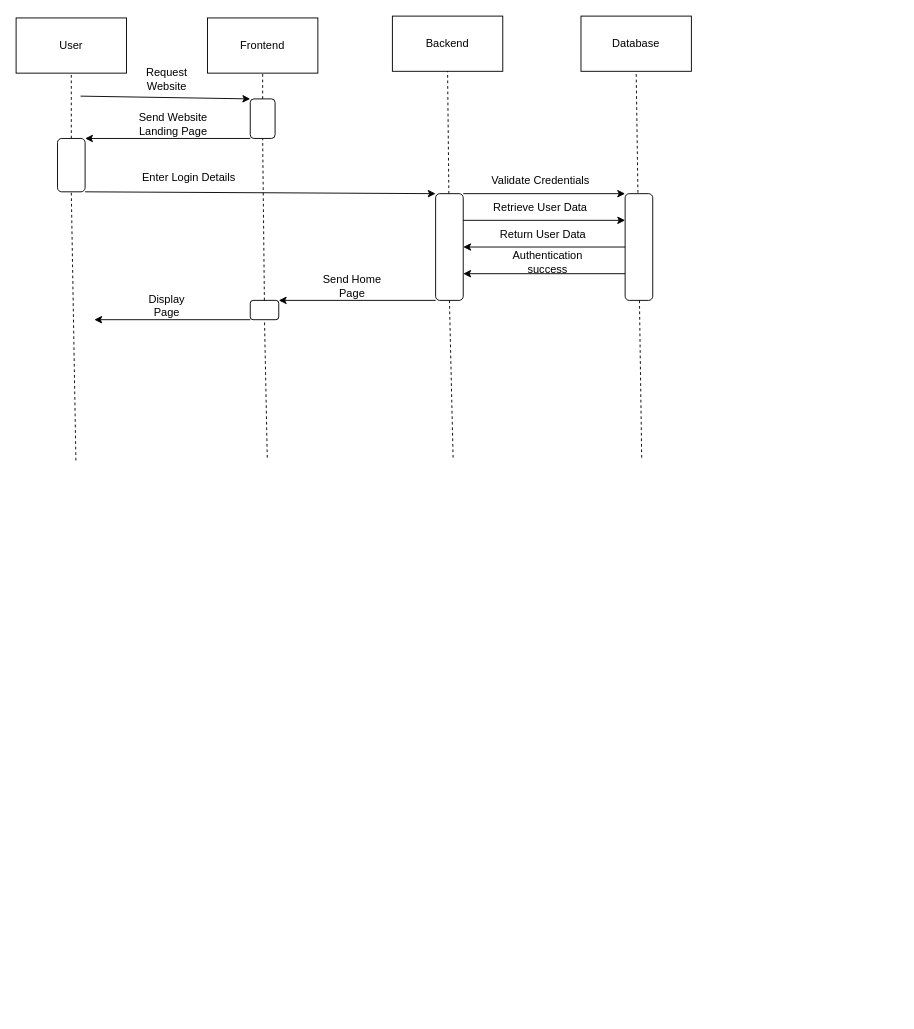
This is Untitled Diagram.drawio from rayesalnasra/code-golf, a draw.io file, before an edit. Source tidied: cells renumbered, new cells numbered last; positions are measured from the earlier drawing's top-left corner, leaving out a move shared by most shapes. Both pictures are drawn from the tidied source at 92%, with x=0, y=0 at pixel (16, 16).
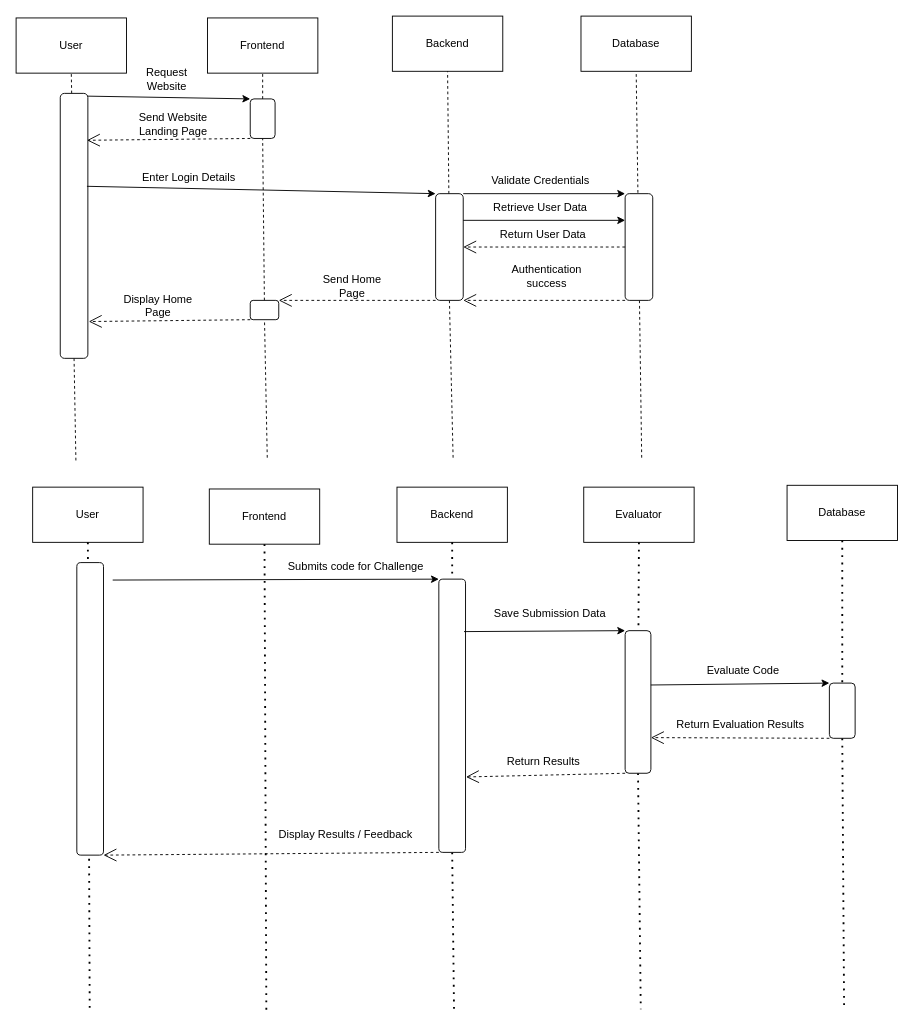
The same diagram, later.

The change refers to these unchanged cells:
```xml
<mxCell id="9" style="rounded=1;whiteSpace=wrap;html=1;" parent="1" vertex="1">
  <mxGeometry x="254.5" y="90" width="27" height="43" as="geometry" />
</mxCell>
<mxCell id="19" style="rounded=1;whiteSpace=wrap;html=1;" parent="1" vertex="1">
  <mxGeometry x="456" y="193" width="30" height="116" as="geometry" />
</mxCell>
<mxCell id="22" style="rounded=1;whiteSpace=wrap;html=1;" parent="1" vertex="1">
  <mxGeometry x="662" y="193" width="30" height="116" as="geometry" />
</mxCell>
<mxCell id="32" style="rounded=1;whiteSpace=wrap;html=1;" parent="1" vertex="1">
  <mxGeometry x="254.5" y="309" width="31" height="21" as="geometry" />
</mxCell>
```

Diff of the diagram source:
```diff
@@
     <mxCell id="11" style="endArrow=classic;html=1;rounded=0;entryX=0;entryY=0;entryDx=0;entryDy=0;" parent="1" edge="1" target="9">
       <mxGeometry relative="1" as="geometry">
-        <mxPoint x="70" y="87" as="sourcePoint" />
+        <mxPoint x="77" y="87" as="sourcePoint" />
       </mxGeometry>
     </mxCell>
-    <mxCell id="12" style="endArrow=classic;html=1;rounded=0;exitX=0;exitY=1;exitDx=0;exitDy=0;entryX=1;entryY=0;entryDx=0;entryDy=0;" parent="1" edge="1" source="9" target="14">
-      <mxGeometry relative="1" as="geometry" />
-    </mxCell>
@@
     <mxCell id="14" style="rounded=1;whiteSpace=wrap;html=1;" parent="1" vertex="1">
-      <mxGeometry x="45" y="133" width="30" height="58" as="geometry" />
+      <mxGeometry x="48" y="84" width="30" height="288" as="geometry" />
     </mxCell>
@@
-    <mxCell id="20" style="endArrow=classic;html=1;rounded=0;exitX=1;exitY=1;exitDx=0;exitDy=0;entryX=0;entryY=0;entryDx=0;entryDy=0;" parent="1" edge="1" source="14" target="19">
-      <mxGeometry relative="1" as="geometry" />
+    <mxCell id="20" style="endArrow=classic;html=1;rounded=0;entryX=0;entryY=0;entryDx=0;entryDy=0;" parent="1" edge="1" target="19">
+      <mxGeometry relative="1" as="geometry">
+        <mxPoint x="77" y="185" as="sourcePoint" />
+      </mxGeometry>
     </mxCell>
@@
-    <mxCell id="27" style="endArrow=classic;html=1;rounded=0;exitX=0;exitY=0.5;exitDx=0;exitDy=0;entryX=1;entryY=0.5;entryDx=0;entryDy=0;" parent="1" edge="1" source="22" target="19">
-      <mxGeometry relative="1" as="geometry" />
-    </mxCell>
-    <mxCell id="28" style="endArrow=classic;html=1;rounded=0;exitX=0;exitY=0.75;exitDx=0;exitDy=0;entryX=1;entryY=0.75;entryDx=0;entryDy=0;" parent="1" edge="1" source="22" target="19">
-      <mxGeometry relative="1" as="geometry" />
-    </mxCell>
@@
     <mxCell id="30" value="Authentication success" style="text;html=1;align=center;verticalAlign=middle;whiteSpace=wrap;rounded=0;" parent="1" vertex="1">
-      <mxGeometry x="518" y="253" width="120" height="30" as="geometry" />
+      <mxGeometry x="517" y="268" width="120" height="30" as="geometry" />
     </mxCell>
@@
+    <mxCell id="34" value="Send Home Page" style="text;html=1;align=center;verticalAlign=middle;whiteSpace=wrap;rounded=0;" parent="1" vertex="1">
+      <mxGeometry x="322" y="279" width="87" height="30" as="geometry" />
+    </mxCell>
+    <mxCell id="36" value="Display Home Page" style="text;html=1;align=center;verticalAlign=middle;whiteSpace=wrap;rounded=0;" parent="1" vertex="1">
+      <mxGeometry x="115" y="300" width="79" height="30" as="geometry" />
+    </mxCell>
+    <mxCell id="37" value="Frontend" style="rounded=0;whiteSpace=wrap;html=1;" parent="1" vertex="1">
+      <mxGeometry x="210" y="514" width="120" height="60" as="geometry" />
+    </mxCell>
+    <mxCell id="38" style="endArrow=none;dashed=1;html=1;dashPattern=1 3;strokeWidth=2;rounded=0;exitX=0.5;exitY=1;exitDx=0;exitDy=0;" parent="1" edge="1" source="37">
+      <mxGeometry relative="1" as="geometry">
+        <mxPoint x="272" y="1081.5" as="targetPoint" />
+      </mxGeometry>
+    </mxCell>
+    <mxCell id="39" value="User" style="rounded=0;whiteSpace=wrap;html=1;" parent="1" vertex="1">
+      <mxGeometry x="18" y="512" width="120" height="60" as="geometry" />
+    </mxCell>
+    <mxCell id="40" style="endArrow=none;dashed=1;html=1;dashPattern=1 3;strokeWidth=2;rounded=0;exitX=0.5;exitY=1;exitDx=0;exitDy=0;" parent="1" edge="1" source="39">
+      <mxGeometry relative="1" as="geometry">
+        <mxPoint x="80" y="1079.5" as="targetPoint" />
+      </mxGeometry>
+    </mxCell>
+    <mxCell id="41" value="Backend" style="rounded=0;whiteSpace=wrap;html=1;" parent="1" vertex="1">
+      <mxGeometry x="414" y="512" width="120" height="60" as="geometry" />
+    </mxCell>
+    <mxCell id="42" style="endArrow=none;dashed=1;html=1;dashPattern=1 3;strokeWidth=2;rounded=0;exitX=0.5;exitY=1;exitDx=0;exitDy=0;" parent="1" edge="1" source="49">
+      <mxGeometry relative="1" as="geometry">
+        <mxPoint x="476" y="1079.5" as="targetPoint" />
+      </mxGeometry>
+    </mxCell>
+    <mxCell id="43" value="Evaluator" style="rounded=0;whiteSpace=wrap;html=1;" parent="1" vertex="1">
+      <mxGeometry x="617" y="512" width="120" height="60" as="geometry" />
+    </mxCell>
+    <mxCell id="44" style="endArrow=none;dashed=1;html=1;dashPattern=1 3;strokeWidth=2;rounded=0;exitX=0.5;exitY=1;exitDx=0;exitDy=0;" parent="1" edge="1" source="52">
+      <mxGeometry relative="1" as="geometry">
+        <mxPoint x="679" y="1079.5" as="targetPoint" />
+      </mxGeometry>
+    </mxCell>
+    <mxCell id="45" value="Database" style="rounded=0;whiteSpace=wrap;html=1;" parent="1" vertex="1">
+      <mxGeometry x="838" y="510" width="120" height="60" as="geometry" />
+    </mxCell>
+    <mxCell id="46" style="endArrow=none;dashed=1;html=1;dashPattern=1 3;strokeWidth=2;rounded=0;exitX=0.5;exitY=1;exitDx=0;exitDy=0;" parent="1" edge="1" source="59">
+      <mxGeometry relative="1" as="geometry">
+        <mxPoint x="900" y="1077.5" as="targetPoint" />
+      </mxGeometry>
+    </mxCell>
+    <mxCell id="47" style="endArrow=classic;html=1;rounded=0;entryX=0;entryY=0;entryDx=0;entryDy=0;" parent="1" edge="1" target="49">
+      <mxGeometry relative="1" as="geometry">
+        <mxPoint x="105" y="613" as="sourcePoint" />
+      </mxGeometry>
+    </mxCell>
+    <mxCell id="48" style="endArrow=none;dashed=1;html=1;dashPattern=1 3;strokeWidth=2;rounded=0;exitX=0.5;exitY=1;exitDx=0;exitDy=0;" parent="1" edge="1" source="41" target="49">
+      <mxGeometry relative="1" as="geometry" />
+    </mxCell>
+    <mxCell id="49" style="rounded=1;whiteSpace=wrap;html=1;" parent="1" vertex="1">
+      <mxGeometry x="459.5" y="612" width="29" height="297" as="geometry" />
+    </mxCell>
+    <mxCell id="50" value="Submits code for Challenge" style="text;html=1;align=center;verticalAlign=middle;whiteSpace=wrap;rounded=0;" parent="1" vertex="1">
+      <mxGeometry x="293" y="584" width="153" height="30" as="geometry" />
+    </mxCell>
+    <mxCell id="51" style="endArrow=none;dashed=1;html=1;dashPattern=1 3;strokeWidth=2;rounded=0;exitX=0.5;exitY=1;exitDx=0;exitDy=0;" parent="1" edge="1" source="43" target="52">
+      <mxGeometry relative="1" as="geometry" />
+    </mxCell>
+    <mxCell id="52" style="rounded=1;whiteSpace=wrap;html=1;" parent="1" vertex="1">
+      <mxGeometry x="662" y="668" width="28" height="155" as="geometry" />
+    </mxCell>
+    <mxCell id="53" style="endArrow=classic;html=1;rounded=0;exitX=0.944;exitY=0.192;exitDx=0;exitDy=0;entryX=0;entryY=0;entryDx=0;entryDy=0;exitPerimeter=0;" parent="1" edge="1" source="49" target="52">
+      <mxGeometry relative="1" as="geometry" />
+    </mxCell>
+    <mxCell id="54" style="endArrow=open;endSize=12;dashed=1;html=1;rounded=0;exitX=0;exitY=1;exitDx=0;exitDy=0;" parent="1" edge="1" source="9">
+      <mxGeometry relative="1" as="geometry">
+        <mxPoint x="77" y="135" as="targetPoint" />
+      </mxGeometry>
+    </mxCell>
+    <mxCell id="55" style="endArrow=open;endSize=12;dashed=1;html=1;rounded=0;exitX=0;exitY=0.5;exitDx=0;exitDy=0;entryX=1;entryY=0.5;entryDx=0;entryDy=0;" parent="1" edge="1" source="22" target="19">
+      <mxGeometry relative="1" as="geometry" />
+    </mxCell>
+    <mxCell id="56" style="endArrow=open;endSize=12;dashed=1;html=1;rounded=0;exitX=0;exitY=1;exitDx=0;exitDy=0;entryX=1;entryY=1;entryDx=0;entryDy=0;" parent="1" edge="1" source="22" target="19">
+      <mxGeometry relative="1" as="geometry" />
+    </mxCell>
-    <mxCell id="33" style="endArrow=classic;html=1;rounded=0;exitX=0;exitY=1;exitDx=0;exitDy=0;entryX=1;entryY=0;entryDx=0;entryDy=0;" parent="1" edge="1" source="19" target="32">
+    <mxCell id="33" style="endArrow=open;endSize=12;dashed=1;html=1;rounded=0;exitX=0;exitY=1;exitDx=0;exitDy=0;entryX=1;entryY=0;entryDx=0;entryDy=0;" parent="1" edge="1" source="19" target="32">
       <mxGeometry relative="1" as="geometry" />
     </mxCell>
-    <mxCell id="34" value="Send Home Page" style="text;html=1;align=center;verticalAlign=middle;whiteSpace=wrap;rounded=0;" parent="1" vertex="1">
-      <mxGeometry x="322" y="279" width="87" height="30" as="geometry" />
-    </mxCell>
-    <mxCell id="35" style="endArrow=classic;html=1;rounded=0;exitX=0;exitY=1;exitDx=0;exitDy=0;" parent="1" edge="1" source="32">
-      <mxGeometry relative="1" as="geometry">
-        <mxPoint x="85" y="330" as="targetPoint" />
-      </mxGeometry>
-    </mxCell>
-    <mxCell id="36" value="Display Page" style="text;html=1;align=center;verticalAlign=middle;whiteSpace=wrap;rounded=0;" parent="1" vertex="1">
-      <mxGeometry x="134" y="300" width="60" height="30" as="geometry" />
-    </mxCell>
+    <mxCell id="57" style="endArrow=open;endSize=12;dashed=1;html=1;rounded=0;exitX=0;exitY=1;exitDx=0;exitDy=0;" parent="1" edge="1" source="32">
+      <mxGeometry relative="1" as="geometry">
+        <mxPoint x="79" y="332" as="targetPoint" />
+      </mxGeometry>
+    </mxCell>
+    <mxCell id="58" style="endArrow=none;dashed=1;html=1;dashPattern=1 3;strokeWidth=2;rounded=0;exitX=0.5;exitY=1;exitDx=0;exitDy=0;" parent="1" edge="1" source="45" target="59">
+      <mxGeometry relative="1" as="geometry" />
+    </mxCell>
+    <mxCell id="59" style="rounded=1;whiteSpace=wrap;html=1;" parent="1" vertex="1">
+      <mxGeometry x="884" y="725" width="28" height="60" as="geometry" />
+    </mxCell>
+    <mxCell id="60" style="endArrow=classic;html=1;rounded=0;exitX=0.996;exitY=0.381;exitDx=0;exitDy=0;entryX=0;entryY=0;entryDx=0;entryDy=0;exitPerimeter=0;" parent="1" edge="1" source="52" target="59">
+      <mxGeometry relative="1" as="geometry" />
+    </mxCell>
+    <mxCell id="61" style="endArrow=open;endSize=12;dashed=1;html=1;rounded=0;exitX=0;exitY=1;exitDx=0;exitDy=0;entryX=1;entryY=0.75;entryDx=0;entryDy=0;" parent="1" edge="1" source="59" target="52">
+      <mxGeometry relative="1" as="geometry" />
+    </mxCell>
+    <mxCell id="62" style="endArrow=open;endSize=12;dashed=1;html=1;rounded=0;exitX=0;exitY=1;exitDx=0;exitDy=0;entryX=1.017;entryY=0.724;entryDx=0;entryDy=0;entryPerimeter=0;" parent="1" edge="1" source="52" target="49">
+      <mxGeometry relative="1" as="geometry" />
+    </mxCell>
+    <mxCell id="63" style="rounded=1;whiteSpace=wrap;html=1;" parent="1" vertex="1">
+      <mxGeometry x="66" y="594" width="29" height="318" as="geometry" />
+    </mxCell>
+    <mxCell id="64" style="endArrow=open;endSize=12;dashed=1;html=1;rounded=0;exitX=0;exitY=1;exitDx=0;exitDy=0;entryX=1;entryY=1;entryDx=0;entryDy=0;" parent="1" edge="1" source="49" target="63">
+      <mxGeometry relative="1" as="geometry" />
+    </mxCell>
+    <mxCell id="65" value="Display Results / Feedback" style="text;html=1;align=center;verticalAlign=middle;whiteSpace=wrap;rounded=0;" parent="1" vertex="1">
+      <mxGeometry x="281.5" y="875" width="153" height="30" as="geometry" />
+    </mxCell>
+    <mxCell id="66" value="Return Results" style="text;html=1;align=center;verticalAlign=middle;whiteSpace=wrap;rounded=0;" parent="1" vertex="1">
+      <mxGeometry x="497" y="795" width="153" height="30" as="geometry" />
+    </mxCell>
+    <mxCell id="67" value="Return Evaluation Results" style="text;html=1;align=center;verticalAlign=middle;whiteSpace=wrap;rounded=0;" parent="1" vertex="1">
+      <mxGeometry x="711" y="755" width="153" height="30" as="geometry" />
+    </mxCell>
+    <mxCell id="68" value="Evaluate Code" style="text;html=1;align=center;verticalAlign=middle;whiteSpace=wrap;rounded=0;" parent="1" vertex="1">
+      <mxGeometry x="714" y="697" width="153" height="30" as="geometry" />
+    </mxCell>
+    <mxCell id="69" value="Save Submission Data" style="text;html=1;align=center;verticalAlign=middle;whiteSpace=wrap;rounded=0;" parent="1" vertex="1">
+      <mxGeometry x="504" y="635" width="153" height="30" as="geometry" />
+    </mxCell>
```
